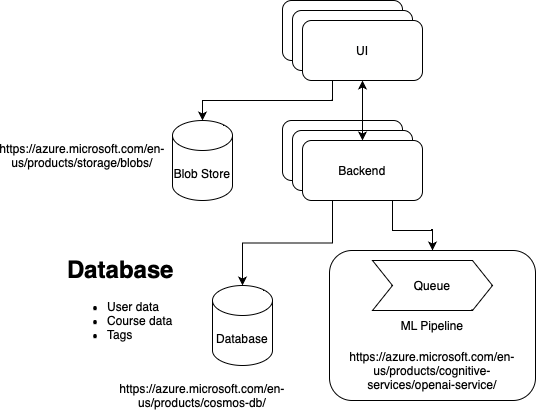
Before: ITSArch.drawio.png, a diagram exported from draw.io (diet-code-ucd/diet_code). Source tidied: cells renumbered, new cells last; positions are measured from the earlier drawing's top-left corner, leaving out a move shared by most shapes.
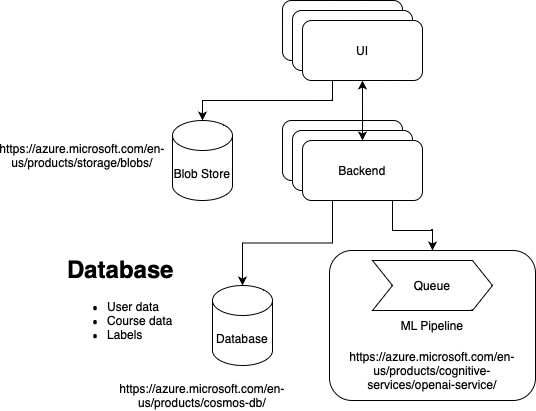
After the commit.

Commit message:
Update arch diagram and add drawio file with better labels

Change to the diagram source:
```diff
@@ -47,7 +47,7 @@
     <mxCell id="16" value="Database" style="shape=cylinder3;whiteSpace=wrap;html=1;boundedLbl=1;backgroundOutline=1;size=15;" parent="1" vertex="1">
       <mxGeometry x="160" y="285" width="60" height="80" as="geometry" />
     </mxCell>
-    <mxCell id="17" value="&lt;h1&gt;Database&lt;/h1&gt;&lt;p&gt;&lt;/p&gt;&lt;ul&gt;&lt;li&gt;User data&lt;/li&gt;&lt;li&gt;Course data&lt;/li&gt;&lt;li&gt;Tags&lt;/li&gt;&lt;/ul&gt;&lt;p&gt;&lt;/p&gt;" style="text;html=1;strokeColor=none;fillColor=none;spacing=5;spacingTop=-20;whiteSpace=wrap;overflow=hidden;rounded=0;" parent="1" vertex="1">
+    <mxCell id="17" value="&lt;h1&gt;Database&lt;/h1&gt;&lt;p&gt;&lt;/p&gt;&lt;ul&gt;&lt;li&gt;User data&lt;/li&gt;&lt;li&gt;Course data&lt;/li&gt;&lt;li&gt;Labels&lt;/li&gt;&lt;/ul&gt;&lt;p&gt;&lt;/p&gt;" style="text;html=1;strokeColor=none;fillColor=none;spacing=5;spacingTop=-20;whiteSpace=wrap;overflow=hidden;rounded=0;" parent="1" vertex="1">
       <mxGeometry x="10" y="250" width="130" height="105" as="geometry" />
     </mxCell>
     <mxCell id="18" value="&lt;a href=&quot;https://azure.microsoft.com/en-us/products/cosmos-db/&quot;&gt;https://azure.microsoft.com/en-us/products/cosmos-db/&lt;/a&gt;" style="text;html=1;strokeColor=none;fillColor=none;align=center;verticalAlign=middle;whiteSpace=wrap;rounded=0;" parent="1" vertex="1">
```
